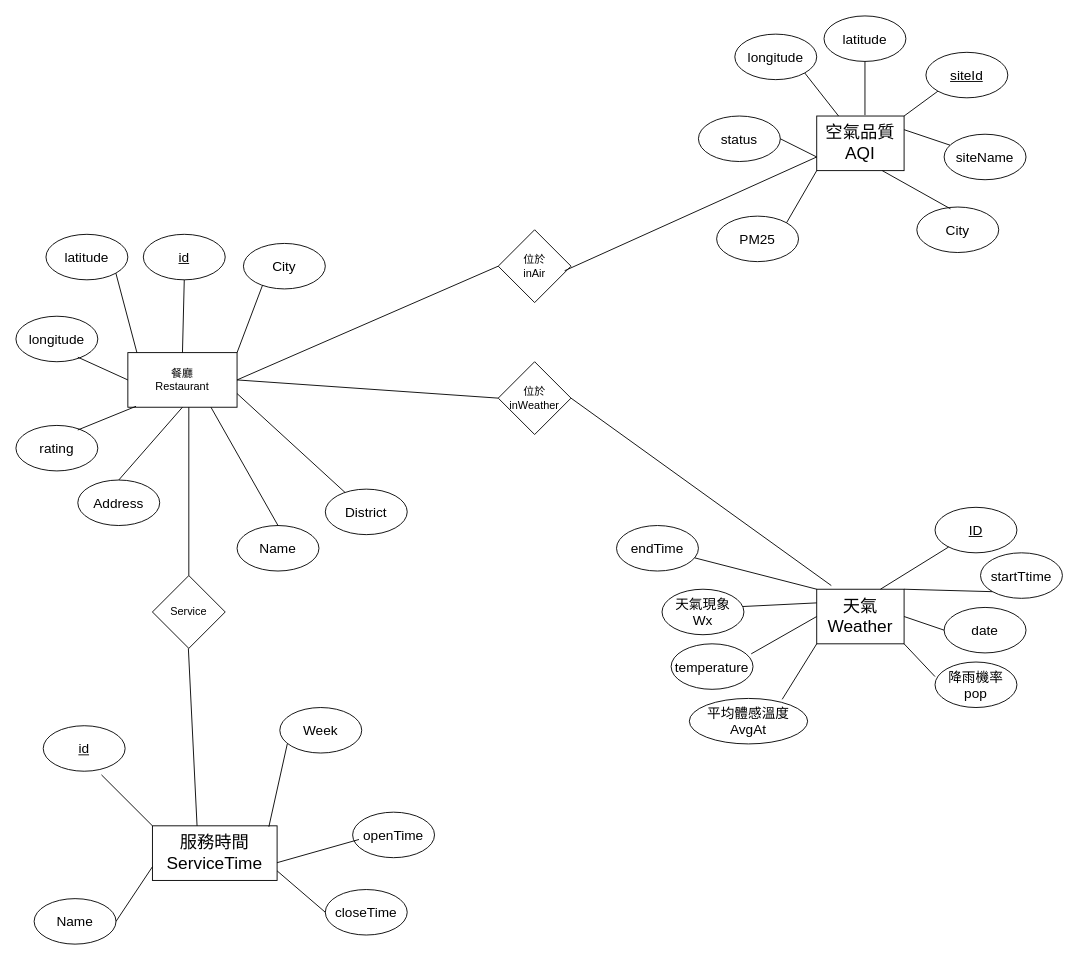
Before: Untitled Diagram.drawio in WWW5911/Astria, a draw.io diagram. Source tidied: cells renumbered, new cells numbered last; positions are measured from the earlier drawing's top-left corner, leaving out a move shared by most shapes. Both pictures are drawn from the tidied source at 91%, with x=0, y=0 at pixel (15, 15).
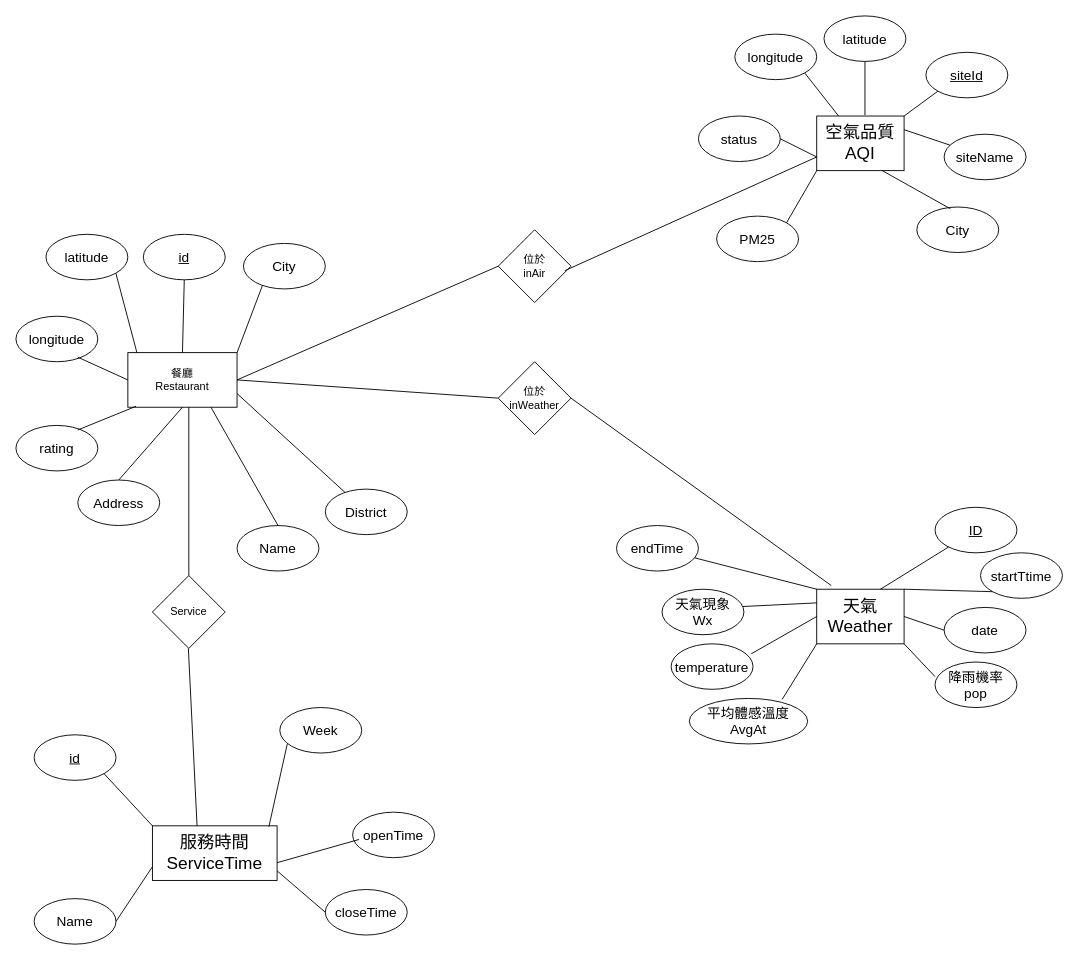
Above is the later version.

The change refers to these unchanged cells:
```xml
<mxCell id="57" value="&lt;font style=&quot;font-size: 19px&quot;&gt;服務時間&lt;br&gt;ServiceTime&lt;br&gt;&lt;/font&gt;" style="rounded=0;whiteSpace=wrap;html=1;" parent="1" vertex="1">
  <mxGeometry x="150" y="890" width="137" height="60" as="geometry" />
</mxCell>
```

The edit, as a diff of the source:
```diff
@@
     <mxCell id="58" value="&lt;span style=&quot;font-size: 15px&quot;&gt;&lt;u&gt;id&lt;/u&gt;&lt;/span&gt;" style="ellipse;whiteSpace=wrap;html=1;" parent="1" vertex="1">
-      <mxGeometry x="30" y="780" width="90" height="50" as="geometry" />
+      <mxGeometry x="20" y="790" width="90" height="50" as="geometry" />
     </mxCell>
-    <mxCell id="59" style="endArrow=none;html=1;entryX=0;entryY=0;entryDx=0;entryDy=0;exitX=0.711;exitY=1.08;exitDx=0;exitDy=0;exitPerimeter=0;" parent="1" edge="1" source="58" target="57">
+    <mxCell id="59" style="endArrow=none;html=1;entryX=0;entryY=0;entryDx=0;entryDy=0;exitX=1;exitY=1;exitDx=0;exitDy=0;" parent="1" edge="1" source="58" target="57">
       <mxGeometry relative="1" as="geometry" />
     </mxCell>
```
